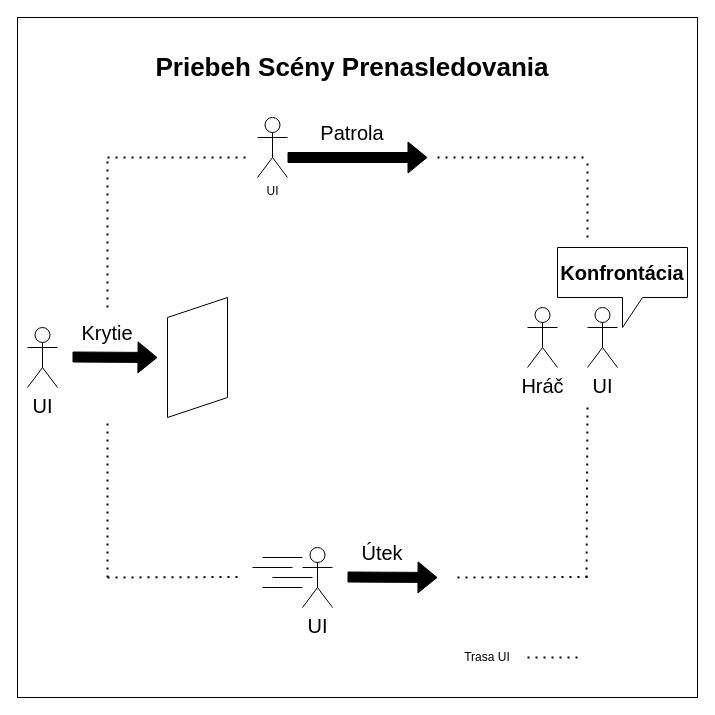
This is Mapa.drawio from MatejMistik/bachelors-fear-factor, a draw.io file, before an edit. Source tidied: cells renumbered, new cells numbered last; positions are measured from the earlier drawing's top-left corner, leaving out a move shared by most shapes. Both pictures are drawn from the tidied source at 100%, with x=0, y=0 at pixel (17, 17).
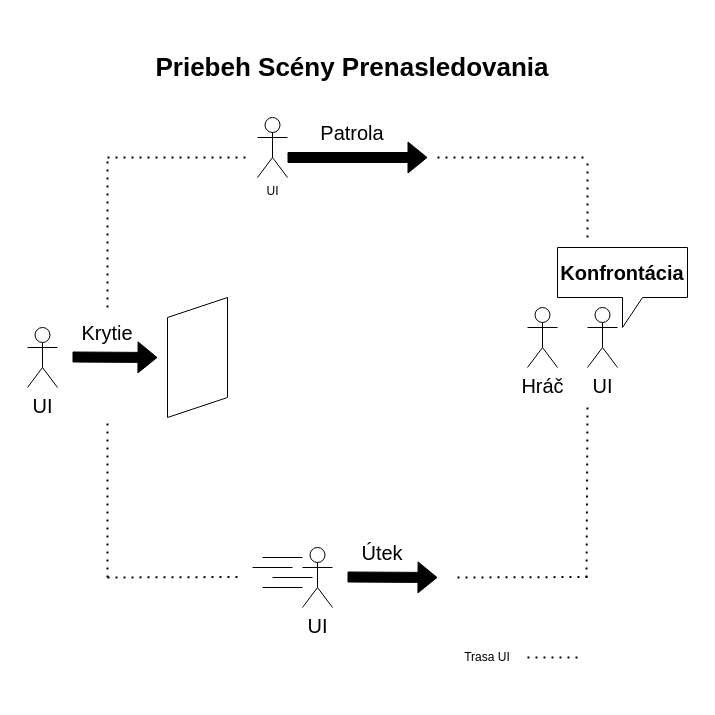
After the change.

The edit, as a diff of the source:
```diff
@@
-    <mxCell id="2" style="whiteSpace=wrap;html=1;fontSize=26;" parent="1" vertex="1">
-      <mxGeometry width="680" height="680" as="geometry" />
-    </mxCell>
```
